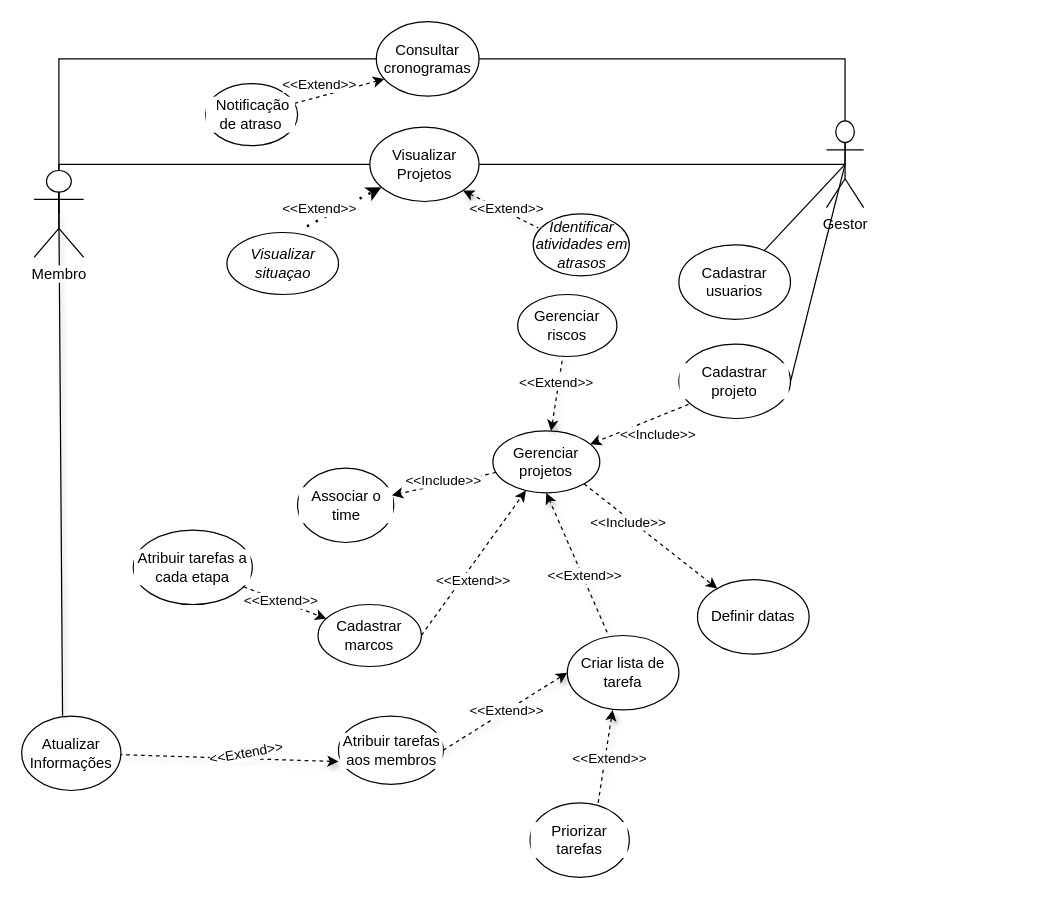
The draw.io diagram Diagrama de classes/prototype  used cases TCC.drawio in leoonn/Diagrama-de-classes, before the edit. Source tidied: cells renumbered, new cells numbered last; positions are measured from the earlier drawing's top-left corner, leaving out a move shared by most shapes. Both pictures are drawn from the tidied source at 124%, with x=0, y=0 at pixel (21, 21).
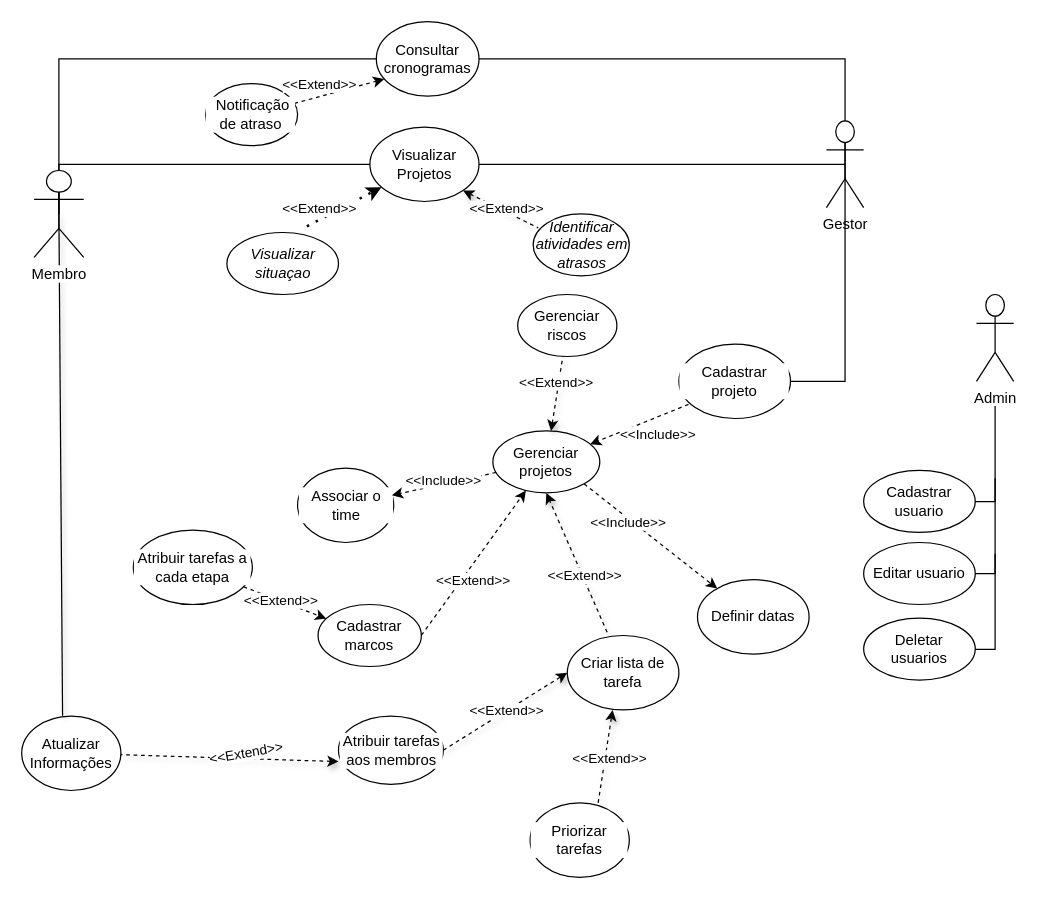
The same diagram, later.

Commit message (it also covers changes not shown here):
atualização do diagrama mde classe e o de caso de uso

Unchanged cells that the change refers to:
```xml
<mxCell id="7" value="Gestor&lt;br&gt;" style="shape=umlActor;verticalLabelPosition=bottom;verticalAlign=top;html=1;outlineConnect=0;" parent="1" vertex="1">
  <mxGeometry x="649" y="80" width="30" height="70" as="geometry" />
</mxCell>
<mxCell id="9" value="Cadastrar projeto" style="ellipse;whiteSpace=wrap;html=1;labelBackgroundColor=#FFFFFF;fontColor=#000000;" parent="1" vertex="1">
  <mxGeometry x="530" y="260" width="90" height="60" as="geometry" />
</mxCell>
```

What changed in the source:
```diff
@@
-    <mxCell id="2" value="Cadastrar usuarios" style="ellipse;whiteSpace=wrap;html=1;" parent="1" vertex="1">
-      <mxGeometry x="530" y="180" width="90" height="60" as="geometry" />
-    </mxCell>
-    <mxCell id="3" style="rounded=0;jettySize=auto;html=1;exitX=0.5;exitY=0.5;exitDx=0;exitDy=0;exitPerimeter=0;fontColor=#000000;endArrow=none;endFill=0;" parent="1" edge="1" source="7" target="2">
-      <mxGeometry relative="1" as="geometry" />
-    </mxCell>
-    <mxCell id="4" style="rounded=0;jettySize=auto;html=1;exitX=0.5;exitY=0.5;exitDx=0;exitDy=0;exitPerimeter=0;entryX=1;entryY=0.5;entryDx=0;entryDy=0;fontColor=#000000;endArrow=none;endFill=0;" parent="1" edge="1" source="7" target="9">
-      <mxGeometry relative="1" as="geometry" />
+    <mxCell id="4" style="rounded=0;jettySize=auto;html=1;exitX=0.5;exitY=0.5;exitDx=0;exitDy=0;exitPerimeter=0;entryX=1;entryY=0.5;entryDx=0;entryDy=0;fontColor=#000000;endArrow=none;endFill=0;edgeStyle=orthogonalEdgeStyle;" parent="1" edge="1" source="7" target="9">
+      <mxGeometry relative="1" as="geometry">
+        <Array as="points">
+          <mxPoint x="664" y="290" />
+        </Array>
+      </mxGeometry>
     </mxCell>
@@
+    <mxCell id="55" value="Admin" style="shape=umlActor;verticalLabelPosition=bottom;verticalAlign=top;html=1;" parent="1" vertex="1">
+      <mxGeometry x="770" y="220" width="30" height="70" as="geometry" />
+    </mxCell>
+    <mxCell id="56" value="Cadastrar usuario" style="ellipse;whiteSpace=wrap;html=1;" parent="1" vertex="1">
+      <mxGeometry x="679" y="361.9" width="90" height="50" as="geometry" />
+    </mxCell>
+    <mxCell id="57" style="rounded=0;jettySize=auto;html=1;fontColor=#000000;endArrow=none;endFill=0;edgeStyle=orthogonalEdgeStyle;" parent="1" edge="1" target="56">
+      <mxGeometry relative="1" as="geometry">
+        <mxPoint x="785" y="310" as="sourcePoint" />
+        <Array as="points">
+          <mxPoint x="785" y="387" />
+        </Array>
+      </mxGeometry>
+    </mxCell>
+    <mxCell id="58" value="Editar usuario" style="ellipse;whiteSpace=wrap;html=1;" parent="1" vertex="1">
+      <mxGeometry x="679" y="420" width="90" height="50" as="geometry" />
+    </mxCell>
+    <mxCell id="59" style="rounded=0;jettySize=auto;html=1;fontColor=#000000;endArrow=none;endFill=0;edgeStyle=orthogonalEdgeStyle;" parent="1" edge="1" target="58">
+      <mxGeometry relative="1" as="geometry">
+        <mxPoint x="785" y="368.1" as="sourcePoint" />
+        <Array as="points">
+          <mxPoint x="785" y="445.1" />
+        </Array>
+      </mxGeometry>
+    </mxCell>
+    <mxCell id="60" value="Deletar&lt;br&gt;usuarios" style="ellipse;whiteSpace=wrap;html=1;" parent="1" vertex="1">
+      <mxGeometry x="679" y="480.9" width="90" height="50" as="geometry" />
+    </mxCell>
+    <mxCell id="61" style="rounded=0;jettySize=auto;html=1;fontColor=#000000;endArrow=none;endFill=0;edgeStyle=orthogonalEdgeStyle;" parent="1" edge="1" target="60">
+      <mxGeometry relative="1" as="geometry">
+        <mxPoint x="785" y="429.1" as="sourcePoint" />
+        <Array as="points">
+          <mxPoint x="785" y="506.1" />
+        </Array>
+      </mxGeometry>
+    </mxCell>
```
